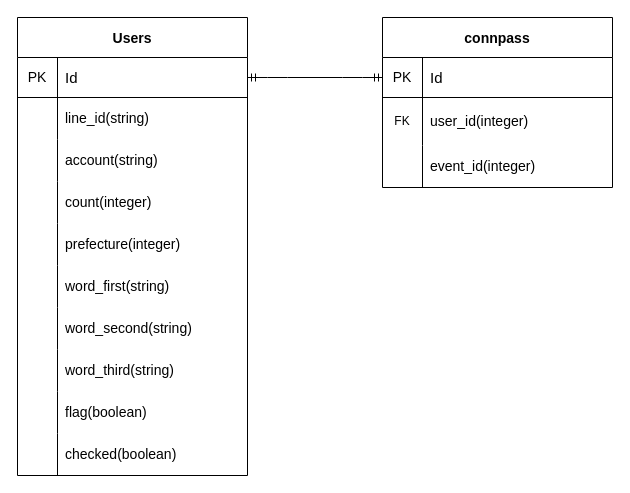
Above: er.drawio in O-H-K-N/connpass-mokmok (draw.io), before the change. Source tidied: cells renumbered, new cells numbered last; positions are measured from the earlier drawing's top-left corner, leaving out a move shared by most shapes. Both pictures are drawn from the tidied source at 100%, with x=0, y=0 at pixel (17, 17).
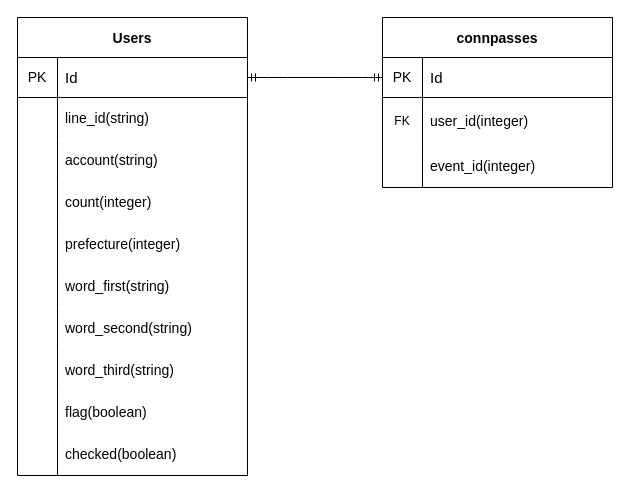
The same diagram, later.

Commit message (it also covers changes not shown here):
Fix：ER図の修正、READMEに修正したER図を追加

What changed in the source:
```diff
@@
-    <mxCell id="33" value="connpass" style="shape=table;startSize=40;childLayout=tableLayout;rowLines=0;fontStyle=1;align=center;fontSize=14;strokeWidth=1;" parent="1" vertex="1">
+    <mxCell id="33" value="connpasses" style="shape=table;startSize=40;childLayout=tableLayout;rowLines=0;fontStyle=1;align=center;fontSize=14;strokeWidth=1;" parent="1" vertex="1">
       <mxGeometry x="365" width="230" height="170" as="geometry" />
     </mxCell>
```
